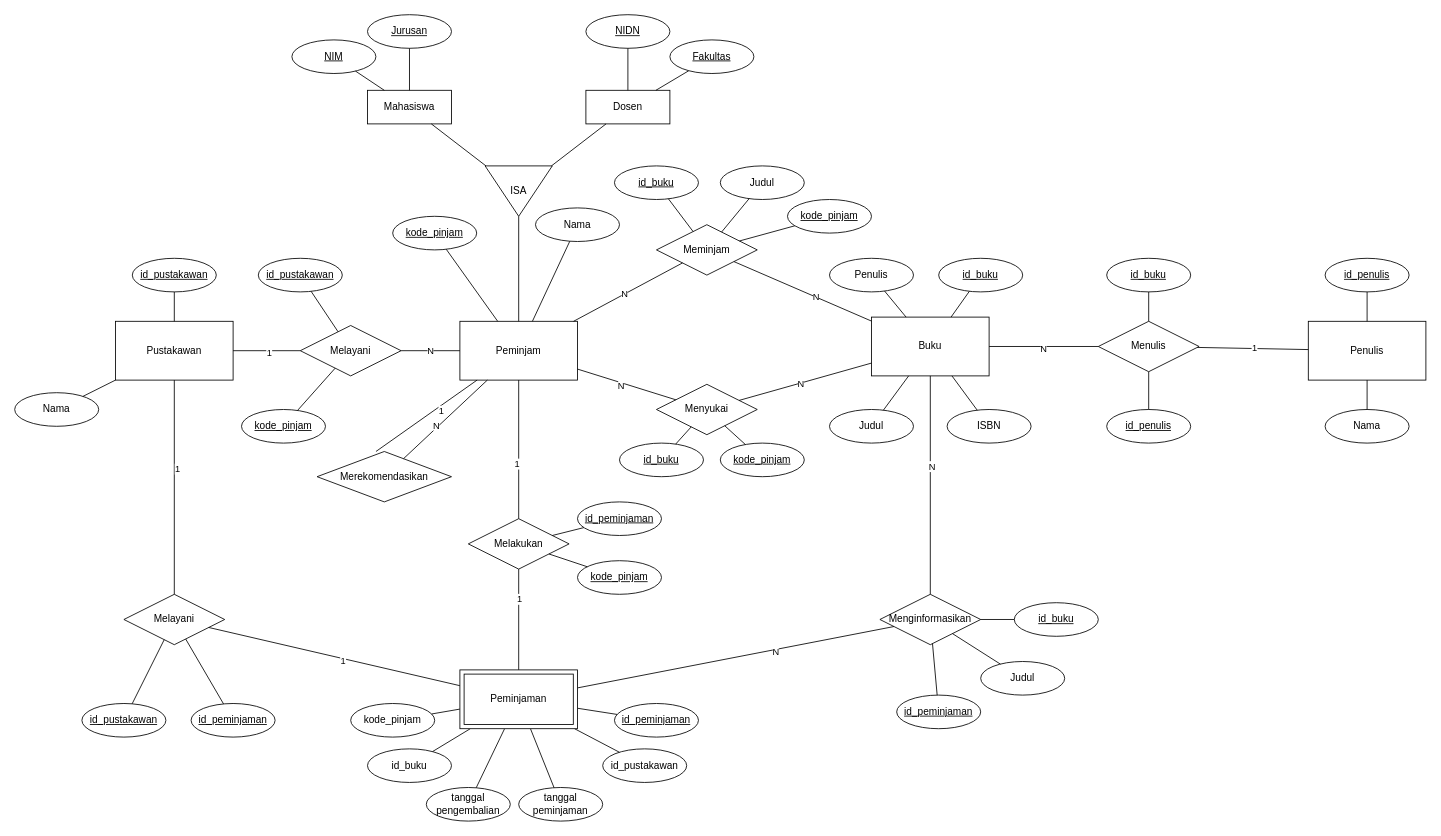
Before: ERD.drawio in taste123/hello-world, a draw.io diagram. Source tidied: cells renumbered, new cells numbered last; positions are measured from the earlier drawing's top-left corner, leaving out a move shared by most shapes. Both pictures are drawn from the tidied source at 84%, with x=0, y=0 at pixel (14, 14).
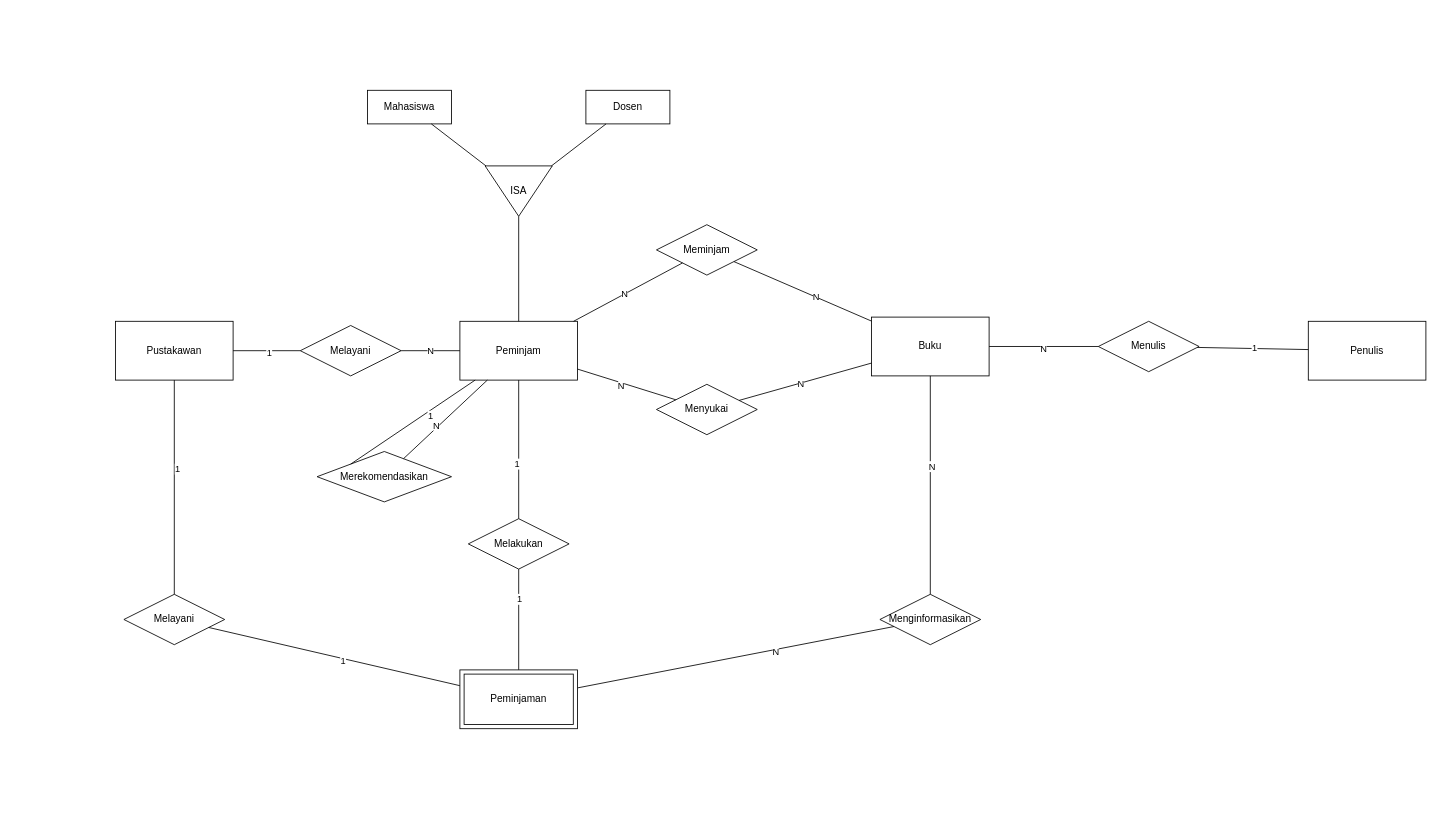
After the change.

Unchanged cells that the change refers to:
```xml
<mxCell id="2" value="Buku" style="whiteSpace=wrap;html=1;align=center;" parent="1" vertex="1">
  <mxGeometry x="1020" y="360" width="140" height="70" as="geometry" />
</mxCell>
<mxCell id="3" value="Peminjam" style="whiteSpace=wrap;html=1;align=center;" parent="1" vertex="1">
  <mxGeometry x="530" y="365" width="140" height="70" as="geometry" />
</mxCell>
<mxCell id="4" value="Pustakawan" style="whiteSpace=wrap;html=1;align=center;" parent="1" vertex="1">
  <mxGeometry x="120" y="365" width="140" height="70" as="geometry" />
</mxCell>
<mxCell id="5" value="Penulis" style="whiteSpace=wrap;html=1;align=center;" parent="1" vertex="1">
  <mxGeometry x="1540" y="365" width="140" height="70" as="geometry" />
</mxCell>
<mxCell id="6" value="Menginformasikan" style="shape=rhombus;perimeter=rhombusPerimeter;whiteSpace=wrap;html=1;align=center;" parent="1" vertex="1">
  <mxGeometry x="1030" y="690" width="120" height="60" as="geometry" />
</mxCell>
<mxCell id="7" value="Melayani" style="shape=rhombus;perimeter=rhombusPerimeter;whiteSpace=wrap;html=1;align=center;" parent="1" vertex="1">
  <mxGeometry x="130" y="690" width="120" height="60" as="geometry" />
</mxCell>
<mxCell id="8" value="Meminjam" style="shape=rhombus;perimeter=rhombusPerimeter;whiteSpace=wrap;html=1;align=center;" parent="1" vertex="1">
  <mxGeometry x="764" y="250" width="120" height="60" as="geometry" />
</mxCell>
<mxCell id="9" value="Menulis" style="shape=rhombus;perimeter=rhombusPerimeter;whiteSpace=wrap;html=1;align=center;" parent="1" vertex="1">
  <mxGeometry x="1290" y="365" width="120" height="60" as="geometry" />
</mxCell>
<mxCell id="10" value="Melakukan" style="shape=rhombus;perimeter=rhombusPerimeter;whiteSpace=wrap;html=1;align=center;" parent="1" vertex="1">
  <mxGeometry x="540" y="600" width="120" height="60" as="geometry" />
</mxCell>
<mxCell id="11" value="Melayani" style="shape=rhombus;perimeter=rhombusPerimeter;whiteSpace=wrap;html=1;align=center;" parent="1" vertex="1">
  <mxGeometry x="340" y="370" width="120" height="60" as="geometry" />
</mxCell>
<mxCell id="97" value="Peminjaman" style="shape=ext;margin=3;double=1;whiteSpace=wrap;html=1;align=center;" parent="1" vertex="1">
  <mxGeometry x="530" y="780" width="140" height="70" as="geometry" />
</mxCell>
<mxCell id="100" value="Dosen" style="whiteSpace=wrap;html=1;align=center;" parent="1" vertex="1">
  <mxGeometry x="680" y="90" width="100" height="40" as="geometry" />
</mxCell>
<mxCell id="101" value="Mahasiswa" style="whiteSpace=wrap;html=1;align=center;" parent="1" vertex="1">
  <mxGeometry x="420" y="90" width="100" height="40" as="geometry" />
</mxCell>
<mxCell id="112" value="Merekomendasikan" style="shape=rhombus;perimeter=rhombusPerimeter;whiteSpace=wrap;html=1;align=center;" parent="1" vertex="1">
  <mxGeometry x="360" y="520" width="160" height="60" as="geometry" />
</mxCell>
<mxCell id="117" value="Menyukai" style="shape=rhombus;perimeter=rhombusPerimeter;whiteSpace=wrap;html=1;align=center;" parent="1" vertex="1">
  <mxGeometry x="764" y="440" width="120" height="60" as="geometry" />
</mxCell>
```

Diff of the diagram source:
```diff
@@
-    <mxCell id="12" value="&lt;u&gt;id_pustakawan&lt;/u&gt;" style="ellipse;whiteSpace=wrap;html=1;align=center;" parent="1" vertex="1">
-      <mxGeometry x="140" y="290" width="100" height="40" as="geometry" />
-    </mxCell>
-    <mxCell id="13" value="Nama" style="ellipse;whiteSpace=wrap;html=1;align=center;" parent="1" vertex="1">
-      <mxGeometry y="450" width="100" height="40" as="geometry" />
-    </mxCell>
-    <mxCell id="14" value="&lt;u&gt;id_pustakawan&lt;/u&gt;" style="ellipse;whiteSpace=wrap;html=1;align=center;" parent="1" vertex="1">
-      <mxGeometry x="290" y="290" width="100" height="40" as="geometry" />
-    </mxCell>
-    <mxCell id="15" value="&lt;u&gt;kode_pinjam&lt;/u&gt;" style="ellipse;whiteSpace=wrap;html=1;align=center;" parent="1" vertex="1">
-      <mxGeometry x="270" y="470" width="100" height="40" as="geometry" />
-    </mxCell>
-    <mxCell id="16" value="&lt;u&gt;id_buku&lt;/u&gt;" style="ellipse;whiteSpace=wrap;html=1;align=center;" parent="1" vertex="1">
-      <mxGeometry x="1100" y="290" width="100" height="40" as="geometry" />
-    </mxCell>
-    <mxCell id="17" value="Nama" style="ellipse;whiteSpace=wrap;html=1;align=center;" parent="1" vertex="1">
-      <mxGeometry x="1560" y="470" width="100" height="40" as="geometry" />
-    </mxCell>
-    <mxCell id="18" value="&lt;u&gt;id_penulis&lt;/u&gt;" style="ellipse;whiteSpace=wrap;html=1;align=center;" parent="1" vertex="1">
-      <mxGeometry x="1560" y="290" width="100" height="40" as="geometry" />
-    </mxCell>
-    <mxCell id="19" value="&lt;u&gt;id_penulis&lt;/u&gt;" style="ellipse;whiteSpace=wrap;html=1;align=center;" parent="1" vertex="1">
-      <mxGeometry x="1300" y="470" width="100" height="40" as="geometry" />
-    </mxCell>
-    <mxCell id="20" value="&lt;u&gt;id_buku&lt;/u&gt;" style="ellipse;whiteSpace=wrap;html=1;align=center;" parent="1" vertex="1">
-      <mxGeometry x="1300" y="290" width="100" height="40" as="geometry" />
-    </mxCell>
-    <mxCell id="21" value="ISBN" style="ellipse;whiteSpace=wrap;html=1;align=center;" parent="1" vertex="1">
-      <mxGeometry x="1110" y="470" width="100" height="40" as="geometry" />
-    </mxCell>
-    <mxCell id="22" value="Penulis" style="ellipse;whiteSpace=wrap;html=1;align=center;" parent="1" vertex="1">
-      <mxGeometry x="970" y="290" width="100" height="40" as="geometry" />
-    </mxCell>
-    <mxCell id="23" value="Judul" style="ellipse;whiteSpace=wrap;html=1;align=center;" parent="1" vertex="1">
-      <mxGeometry x="970" y="470" width="100" height="40" as="geometry" />
-    </mxCell>
-    <mxCell id="24" value="Judul" style="ellipse;whiteSpace=wrap;html=1;align=center;" parent="1" vertex="1">
-      <mxGeometry x="840" y="180" width="100" height="40" as="geometry" />
-    </mxCell>
-    <mxCell id="25" value="&lt;u&gt;kode_pinjam&lt;/u&gt;" style="ellipse;whiteSpace=wrap;html=1;align=center;" parent="1" vertex="1">
-      <mxGeometry x="920" y="220" width="100" height="40" as="geometry" />
-    </mxCell>
-    <mxCell id="26" value="&lt;u&gt;id_buku&lt;/u&gt;" style="ellipse;whiteSpace=wrap;html=1;align=center;" parent="1" vertex="1">
-      <mxGeometry x="714" y="180" width="100" height="40" as="geometry" />
-    </mxCell>
-    <mxCell id="27" value="Nama" style="ellipse;whiteSpace=wrap;html=1;align=center;" parent="1" vertex="1">
-      <mxGeometry x="620" y="230" width="100" height="40" as="geometry" />
-    </mxCell>
-    <mxCell id="28" value="&lt;u&gt;kode_pinjam&lt;/u&gt;" style="ellipse;whiteSpace=wrap;html=1;align=center;" parent="1" vertex="1">
-      <mxGeometry x="450" y="240" width="100" height="40" as="geometry" />
-    </mxCell>
-    <mxCell id="29" style="edgeStyle=orthogonalEdgeStyle;rounded=0;orthogonalLoop=1;jettySize=auto;html=1;exitX=0.5;exitY=1;exitDx=0;exitDy=0;" parent="1" edge="1" source="27" target="27">
-      <mxGeometry relative="1" as="geometry" />
-    </mxCell>
@@
-    <mxCell id="34" style="endArrow=none;html=1;rounded=0;" parent="1" edge="1" source="3" target="27">
-      <mxGeometry relative="1" as="geometry" />
-    </mxCell>
-    <mxCell id="35" style="endArrow=none;html=1;rounded=0;" parent="1" edge="1" source="3" target="28">
-      <mxGeometry relative="1" as="geometry" />
-    </mxCell>
-    <mxCell id="36" style="endArrow=none;html=1;rounded=0;" parent="1" edge="1" source="11" target="14">
-      <mxGeometry relative="1" as="geometry" />
-    </mxCell>
-    <mxCell id="37" style="endArrow=none;html=1;rounded=0;" parent="1" edge="1" source="15" target="11">
-      <mxGeometry relative="1" as="geometry" />
-    </mxCell>
-    <mxCell id="38" style="endArrow=none;html=1;rounded=0;" parent="1" edge="1" source="12" target="4">
-      <mxGeometry relative="1" as="geometry" />
-    </mxCell>
-    <mxCell id="39" style="endArrow=none;html=1;rounded=0;" parent="1" edge="1" source="13" target="4">
-      <mxGeometry relative="1" as="geometry" />
-    </mxCell>
-    <mxCell id="40" style="endArrow=none;html=1;rounded=0;" parent="1" edge="1" source="26" target="8">
-      <mxGeometry relative="1" as="geometry" />
-    </mxCell>
-    <mxCell id="41" style="endArrow=none;html=1;rounded=0;" parent="1" edge="1" source="8" target="24">
-      <mxGeometry relative="1" as="geometry" />
-    </mxCell>
-    <mxCell id="42" style="endArrow=none;html=1;rounded=0;" parent="1" edge="1" source="8" target="25">
-      <mxGeometry relative="1" as="geometry" />
-    </mxCell>
-    <mxCell id="43" style="endArrow=none;html=1;rounded=0;" parent="1" edge="1" source="2" target="23">
-      <mxGeometry relative="1" as="geometry" />
-    </mxCell>
-    <mxCell id="44" style="endArrow=none;html=1;rounded=0;" parent="1" edge="1" source="2" target="21">
-      <mxGeometry relative="1" as="geometry" />
-    </mxCell>
-    <mxCell id="45" style="endArrow=none;html=1;rounded=0;" parent="1" edge="1" source="16" target="2">
-      <mxGeometry relative="1" as="geometry" />
-    </mxCell>
-    <mxCell id="46" style="endArrow=none;html=1;rounded=0;" parent="1" edge="1" source="22" target="2">
-      <mxGeometry relative="1" as="geometry" />
-    </mxCell>
@@
-    <mxCell id="51" style="endArrow=none;html=1;rounded=0;" parent="1" edge="1" source="20" target="9">
-      <mxGeometry relative="1" as="geometry" />
-    </mxCell>
-    <mxCell id="52" style="endArrow=none;html=1;rounded=0;" parent="1" edge="1" source="19" target="9">
-      <mxGeometry relative="1" as="geometry" />
-    </mxCell>
@@
-    <mxCell id="55" style="endArrow=none;html=1;rounded=0;" parent="1" edge="1" source="18" target="5">
-      <mxGeometry relative="1" as="geometry" />
-    </mxCell>
-    <mxCell id="56" style="endArrow=none;html=1;rounded=0;" parent="1" edge="1" source="17" target="5">
-      <mxGeometry relative="1" as="geometry" />
-    </mxCell>
@@
-    <mxCell id="59" value="kode_pinjam" style="ellipse;whiteSpace=wrap;html=1;align=center;" parent="1" vertex="1">
-      <mxGeometry x="400" y="820" width="100" height="40" as="geometry" />
-    </mxCell>
-    <mxCell id="60" value="&lt;u&gt;id_peminjaman&lt;/u&gt;" style="ellipse;whiteSpace=wrap;html=1;align=center;" parent="1" vertex="1">
-      <mxGeometry x="714" y="820" width="100" height="40" as="geometry" />
-    </mxCell>
-    <mxCell id="61" value="id_pustakawan" style="ellipse;whiteSpace=wrap;html=1;align=center;" parent="1" vertex="1">
-      <mxGeometry x="700" y="874" width="100" height="40" as="geometry" />
-    </mxCell>
-    <mxCell id="62" value="tanggal peminjaman" style="ellipse;whiteSpace=wrap;html=1;align=center;" parent="1" vertex="1">
-      <mxGeometry x="600" y="920" width="100" height="40" as="geometry" />
-    </mxCell>
-    <mxCell id="63" value="tanggal pengembalian" style="ellipse;whiteSpace=wrap;html=1;align=center;" parent="1" vertex="1">
-      <mxGeometry x="490" y="920" width="100" height="40" as="geometry" />
-    </mxCell>
-    <mxCell id="64" value="id_buku" style="ellipse;whiteSpace=wrap;html=1;align=center;" parent="1" vertex="1">
-      <mxGeometry x="420" y="874" width="100" height="40" as="geometry" />
-    </mxCell>
-    <mxCell id="65" value="&lt;u&gt;kode_pinjam&lt;/u&gt;" style="ellipse;whiteSpace=wrap;html=1;align=center;" parent="1" vertex="1">
-      <mxGeometry x="670" y="650" width="100" height="40" as="geometry" />
-    </mxCell>
-    <mxCell id="66" value="&lt;u&gt;id_peminjaman&lt;/u&gt;" style="ellipse;whiteSpace=wrap;html=1;align=center;" parent="1" vertex="1">
-      <mxGeometry x="1050" y="810" width="100" height="40" as="geometry" />
-    </mxCell>
-    <mxCell id="67" value="&lt;u&gt;id_buku&lt;/u&gt;" style="ellipse;whiteSpace=wrap;html=1;align=center;" parent="1" vertex="1">
-      <mxGeometry x="1190" y="700" width="100" height="40" as="geometry" />
-    </mxCell>
-    <mxCell id="68" value="&lt;u&gt;id_peminjaman&lt;/u&gt;" style="ellipse;whiteSpace=wrap;html=1;align=center;" parent="1" vertex="1">
-      <mxGeometry x="670" y="580" width="100" height="40" as="geometry" />
-    </mxCell>
-    <mxCell id="69" value="Judul" style="ellipse;whiteSpace=wrap;html=1;align=center;" parent="1" vertex="1">
-      <mxGeometry x="1150" y="770" width="100" height="40" as="geometry" />
-    </mxCell>
-    <mxCell id="70" value="&lt;u&gt;id_pustakawan&lt;/u&gt;" style="ellipse;whiteSpace=wrap;html=1;align=center;" parent="1" vertex="1">
-      <mxGeometry x="80" y="820" width="100" height="40" as="geometry" />
-    </mxCell>
-    <mxCell id="71" value="&lt;u&gt;id_peminjaman&lt;/u&gt;" style="ellipse;whiteSpace=wrap;html=1;align=center;" parent="1" vertex="1">
-      <mxGeometry x="210" y="820" width="100" height="40" as="geometry" />
-    </mxCell>
@@
-    <mxCell id="74" style="endArrow=none;html=1;rounded=0;" parent="1" edge="1" source="6" target="67">
-      <mxGeometry relative="1" as="geometry" />
-    </mxCell>
-    <mxCell id="75" style="endArrow=none;html=1;rounded=0;" parent="1" edge="1" source="6" target="69">
-      <mxGeometry relative="1" as="geometry" />
-    </mxCell>
-    <mxCell id="76" style="endArrow=none;html=1;rounded=0;" parent="1" edge="1" source="6" target="66">
-      <mxGeometry relative="1" as="geometry" />
-    </mxCell>
-    <mxCell id="77" style="endArrow=none;html=1;rounded=0;" parent="1" edge="1" source="60" target="97">
-      <mxGeometry relative="1" as="geometry" />
-    </mxCell>
@@
-    <mxCell id="80" style="endArrow=none;html=1;rounded=0;" parent="1" edge="1" source="61" target="97">
-      <mxGeometry relative="1" as="geometry" />
-    </mxCell>
-    <mxCell id="81" style="endArrow=none;html=1;rounded=0;" parent="1" edge="1" source="62" target="97">
-      <mxGeometry relative="1" as="geometry" />
-    </mxCell>
-    <mxCell id="82" style="endArrow=none;html=1;rounded=0;" parent="1" edge="1" source="63" target="97">
-      <mxGeometry relative="1" as="geometry" />
-    </mxCell>
-    <mxCell id="83" style="endArrow=none;html=1;rounded=0;" parent="1" edge="1" source="64" target="97">
-      <mxGeometry relative="1" as="geometry" />
-    </mxCell>
-    <mxCell id="84" style="endArrow=none;html=1;rounded=0;" parent="1" edge="1" source="59" target="97">
-      <mxGeometry relative="1" as="geometry" />
-    </mxCell>
@@
-    <mxCell id="87" style="endArrow=none;html=1;rounded=0;" parent="1" edge="1" source="65" target="10">
-      <mxGeometry relative="1" as="geometry" />
-    </mxCell>
-    <mxCell id="88" style="endArrow=none;html=1;rounded=0;" parent="1" edge="1" source="68" target="10">
-      <mxGeometry relative="1" as="geometry" />
-    </mxCell>
@@
-    <mxCell id="91" style="endArrow=none;html=1;rounded=0;" parent="1" edge="1" source="70" target="7">
-      <mxGeometry relative="1" as="geometry" />
-    </mxCell>
-    <mxCell id="92" style="endArrow=none;html=1;rounded=0;" parent="1" edge="1" source="71" target="7">
-      <mxGeometry relative="1" as="geometry" />
-    </mxCell>
@@
-    <mxCell id="104" value="&lt;u&gt;Jurusan&lt;/u&gt;" style="ellipse;whiteSpace=wrap;html=1;align=center;" parent="1" vertex="1">
-      <mxGeometry x="420" width="100" height="40" as="geometry" />
-    </mxCell>
-    <mxCell id="105" value="&lt;u&gt;NIM&lt;/u&gt;" style="ellipse;whiteSpace=wrap;html=1;align=center;" parent="1" vertex="1">
-      <mxGeometry x="330" y="30" width="100" height="40" as="geometry" />
-    </mxCell>
-    <mxCell id="106" value="&lt;u&gt;NIDN&lt;/u&gt;" style="ellipse;whiteSpace=wrap;html=1;align=center;" parent="1" vertex="1">
-      <mxGeometry x="680" width="100" height="40" as="geometry" />
-    </mxCell>
-    <mxCell id="107" value="&lt;u&gt;Fakultas&lt;/u&gt;" style="ellipse;whiteSpace=wrap;html=1;align=center;" parent="1" vertex="1">
-      <mxGeometry x="780" y="30" width="100" height="40" as="geometry" />
-    </mxCell>
-    <mxCell id="108" style="endArrow=none;html=1;rounded=0;" parent="1" edge="1" source="101" target="104">
-      <mxGeometry relative="1" as="geometry" />
-    </mxCell>
-    <mxCell id="109" style="endArrow=none;html=1;rounded=0;" parent="1" edge="1" source="101" target="105">
-      <mxGeometry relative="1" as="geometry" />
-    </mxCell>
-    <mxCell id="110" style="endArrow=none;html=1;rounded=0;" parent="1" edge="1" source="100" target="106">
-      <mxGeometry relative="1" as="geometry" />
-    </mxCell>
-    <mxCell id="111" style="endArrow=none;html=1;rounded=0;" parent="1" edge="1" source="107" target="100">
-      <mxGeometry relative="1" as="geometry" />
-    </mxCell>
@@
-    <mxCell id="115" style="endArrow=none;html=1;rounded=0;exitX=0.438;exitY=0;exitDx=0;exitDy=0;exitPerimeter=0;" parent="1" edge="1" source="112" target="3">
+    <mxCell id="115" style="endArrow=none;html=1;rounded=0;exitX=0;exitY=0;exitDx=0;exitDy=0;" parent="1" edge="1" source="112" target="3">
       <mxGeometry relative="1" as="geometry" />
     </mxCell>
@@
-    <mxCell id="122" value="&lt;u&gt;kode_pinjam&lt;/u&gt;" style="ellipse;whiteSpace=wrap;html=1;align=center;" parent="1" vertex="1">
-      <mxGeometry x="840" y="510" width="100" height="40" as="geometry" />
-    </mxCell>
-    <mxCell id="123" value="&lt;u&gt;id_buku&lt;/u&gt;" style="ellipse;whiteSpace=wrap;html=1;align=center;" parent="1" vertex="1">
-      <mxGeometry x="720" y="510" width="100" height="40" as="geometry" />
-    </mxCell>
-    <mxCell id="124" style="endArrow=none;html=1;rounded=0;" parent="1" edge="1" source="123" target="117">
-      <mxGeometry relative="1" as="geometry" />
-    </mxCell>
-    <mxCell id="125" style="endArrow=none;html=1;rounded=0;" parent="1" edge="1" source="122" target="117">
-      <mxGeometry relative="1" as="geometry" />
-    </mxCell>
```
